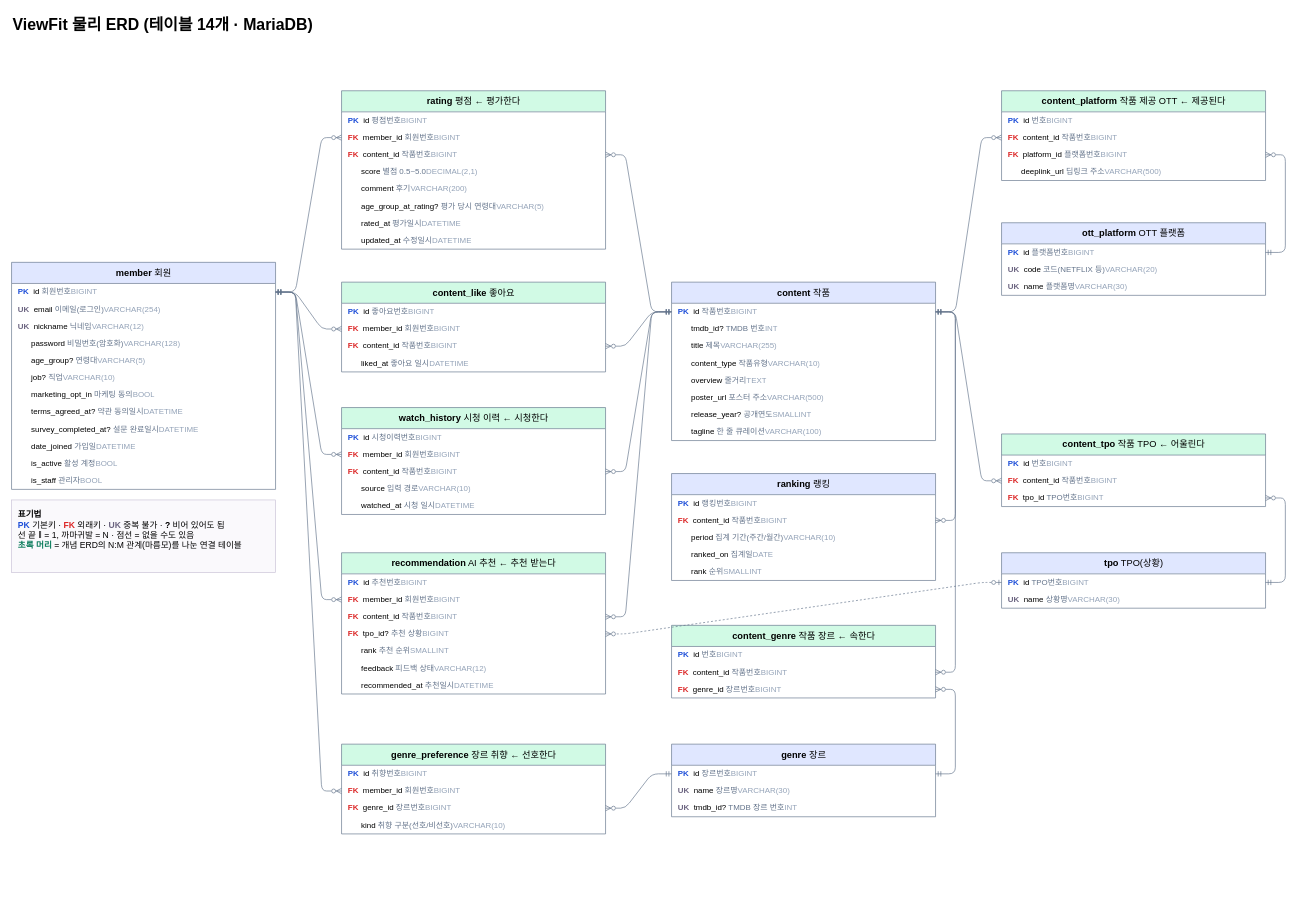
jungyojeong16-arch/team-project keeps this draw.io diagram as docs/erd/ViewFit_ERD_physical.drawio. Above is the earlier version. Source tidied: cells renumbered, new cells numbered last; positions are measured from the earlier drawing's top-left corner, leaving out a move shared by most shapes. Both pictures are drawn from the tidied source at 66%, with x=0, y=0 at pixel (11, 11).
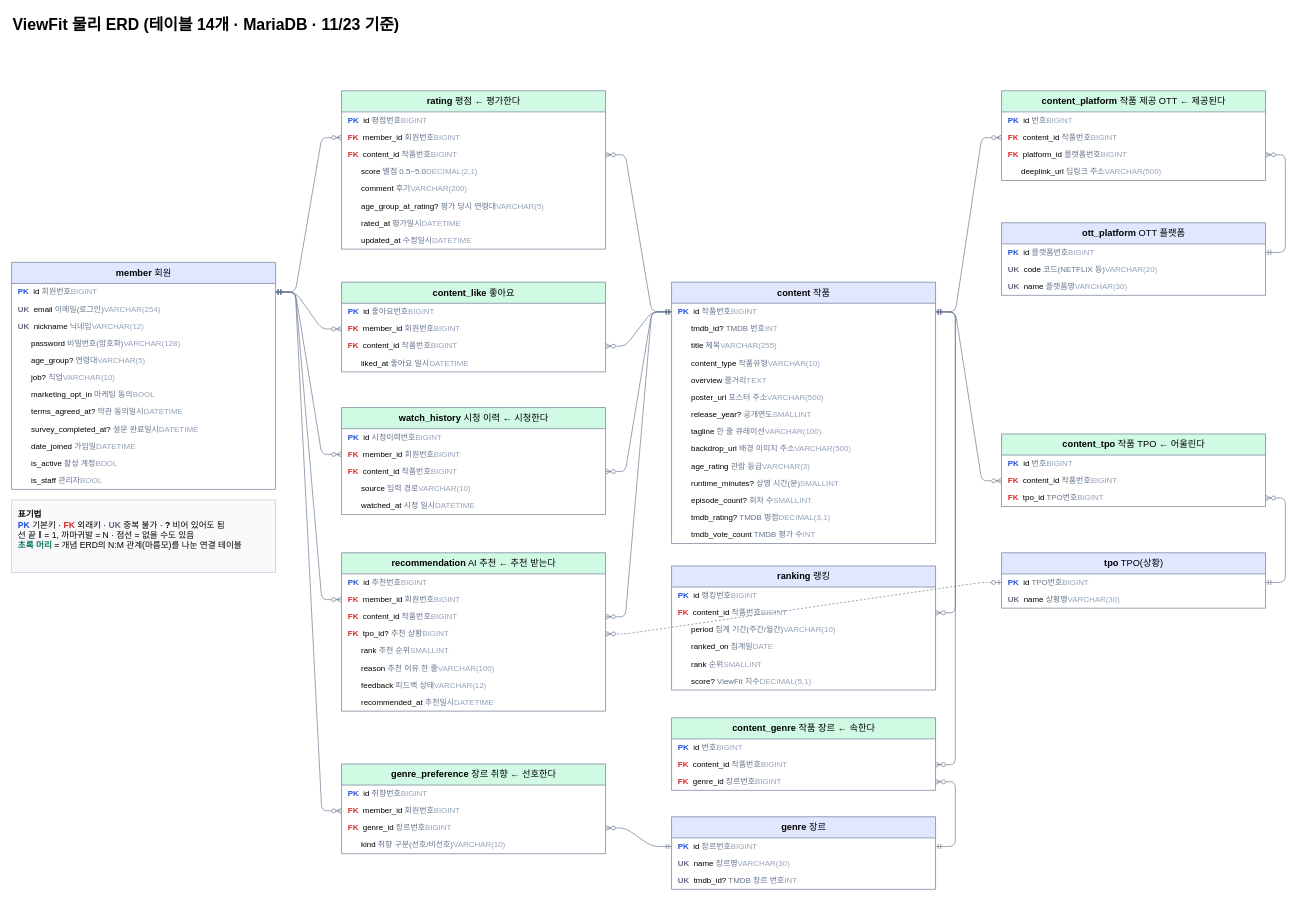
Above is the later version.

Commit message (it also covers changes not shown here):
docs(ERD): 물리 ERD 그림에 11/17 이후 칸 8개 반영, TPO 관계선 경로 수정

content 6칸(D6)·ranking.score(D7)·recommendation.reason(7-1)
요청: 정준교

Claude-Session: https://claude.ai/code/session_01AGHPrWPVMewxqzuUC2ocdc

Change to the diagram source:
```diff
@@
-    <mxCell id="2" value="ViewFit 물리 ERD (테이블 14개 · MariaDB)" style="text;html=1;fontSize=24;fontStyle=1;align=left;verticalAlign=top;" parent="1" vertex="1">
+    <mxCell id="2" value="ViewFit 물리 ERD (테이블 14개 · MariaDB · 11/23 기준)" style="text;html=1;fontSize=24;fontStyle=1;align=left;verticalAlign=top;" parent="1" vertex="1">
       <mxGeometry width="700" height="40" as="geometry" />
     </mxCell>
@@
     <mxCell id="37" value="&lt;b&gt;recommendation&lt;/b&gt;  AI 추천 ← 추천 받는다" style="swimlane;html=1;horizontal=1;startSize=32;fillColor=#D1FAE5;strokeColor=#64748B;fontSize=14;swimlaneFillColor=#FFFFFF;fontStyle=0;" parent="1" vertex="1">
-      <mxGeometry x="500" y="820" width="400" height="214" as="geometry" />
+      <mxGeometry x="500" y="820" width="400" height="240" as="geometry" />
     </mxCell>
@@
+    <mxCell id="107" value="&amp;nbsp;&amp;nbsp;&amp;nbsp;&amp;nbsp;&amp;nbsp;&amp;nbsp;reason &lt;font color='#64748B'&gt;추천 이유 한 줄&lt;/font&gt;&lt;span style='float:right'&gt;&lt;font color='#94A3B8'&gt;VARCHAR(100)&lt;/font&gt;&lt;/span&gt;" style="text;html=1;strokeColor=none;fillColor=none;align=left;verticalAlign=middle;spacingLeft=8;spacingRight=8;overflow=hidden;fontSize=12;" parent="37" vertex="1">
+      <mxGeometry y="162" width="400" height="26" as="geometry" />
+    </mxCell>
     <mxCell id="43" value="&amp;nbsp;&amp;nbsp;&amp;nbsp;&amp;nbsp;&amp;nbsp;&amp;nbsp;feedback &lt;font color='#64748B'&gt;피드백 상태&lt;/font&gt;&lt;span style='float:right'&gt;&lt;font color='#94A3B8'&gt;VARCHAR(12)&lt;/font&gt;&lt;/span&gt;" style="text;html=1;strokeColor=none;fillColor=none;align=left;verticalAlign=middle;spacingLeft=8;spacingRight=8;overflow=hidden;fontSize=12;" parent="37" vertex="1">
-      <mxGeometry y="162" width="400" height="26" as="geometry" />
+      <mxGeometry y="188" width="400" height="26" as="geometry" />
     </mxCell>
     <mxCell id="44" value="&amp;nbsp;&amp;nbsp;&amp;nbsp;&amp;nbsp;&amp;nbsp;&amp;nbsp;recommended_at &lt;font color='#64748B'&gt;추천일시&lt;/font&gt;&lt;span style='float:right'&gt;&lt;font color='#94A3B8'&gt;DATETIME&lt;/font&gt;&lt;/span&gt;" style="text;html=1;strokeColor=none;fillColor=none;align=left;verticalAlign=middle;spacingLeft=8;spacingRight=8;overflow=hidden;fontSize=12;" parent="37" vertex="1">
-      <mxGeometry y="188" width="400" height="26" as="geometry" />
+      <mxGeometry y="214" width="400" height="26" as="geometry" />
     </mxCell>
     <mxCell id="45" value="&lt;b&gt;genre_preference&lt;/b&gt;  장르 취향 ← 선호한다" style="swimlane;html=1;horizontal=1;startSize=32;fillColor=#D1FAE5;strokeColor=#64748B;fontSize=14;swimlaneFillColor=#FFFFFF;fontStyle=0;" parent="1" vertex="1">
-      <mxGeometry x="500" y="1110" width="400" height="136" as="geometry" />
+      <mxGeometry x="500" y="1140" width="400" height="136" as="geometry" />
     </mxCell>
@@
     <mxCell id="50" value="&lt;b&gt;content&lt;/b&gt;  작품" style="swimlane;html=1;horizontal=1;startSize=32;fillColor=#E0E7FF;strokeColor=#64748B;fontSize=14;swimlaneFillColor=#FFFFFF;fontStyle=0;" parent="1" vertex="1">
-      <mxGeometry x="1000" y="410" width="400" height="240" as="geometry" />
+      <mxGeometry x="1000" y="410" width="400" height="396" as="geometry" />
     </mxCell>
@@
+    <mxCell id="108" value="&amp;nbsp;&amp;nbsp;&amp;nbsp;&amp;nbsp;&amp;nbsp;&amp;nbsp;backdrop_url &lt;font color='#64748B'&gt;배경 이미지 주소&lt;/font&gt;&lt;span style='float:right'&gt;&lt;font color='#94A3B8'&gt;VARCHAR(500)&lt;/font&gt;&lt;/span&gt;" style="text;html=1;strokeColor=none;fillColor=none;align=left;verticalAlign=middle;spacingLeft=8;spacingRight=8;overflow=hidden;fontSize=12;" parent="50" vertex="1">
+      <mxGeometry y="240" width="400" height="26" as="geometry" />
+    </mxCell>
+    <mxCell id="109" value="&amp;nbsp;&amp;nbsp;&amp;nbsp;&amp;nbsp;&amp;nbsp;&amp;nbsp;age_rating &lt;font color='#64748B'&gt;관람 등급&lt;/font&gt;&lt;span style='float:right'&gt;&lt;font color='#94A3B8'&gt;VARCHAR(3)&lt;/font&gt;&lt;/span&gt;" style="text;html=1;strokeColor=none;fillColor=none;align=left;verticalAlign=middle;spacingLeft=8;spacingRight=8;overflow=hidden;fontSize=12;" parent="50" vertex="1">
+      <mxGeometry y="266" width="400" height="26" as="geometry" />
+    </mxCell>
+    <mxCell id="110" value="&amp;nbsp;&amp;nbsp;&amp;nbsp;&amp;nbsp;&amp;nbsp;&amp;nbsp;runtime_minutes? &lt;font color='#64748B'&gt;상영 시간(분)&lt;/font&gt;&lt;span style='float:right'&gt;&lt;font color='#94A3B8'&gt;SMALLINT&lt;/font&gt;&lt;/span&gt;" style="text;html=1;strokeColor=none;fillColor=none;align=left;verticalAlign=middle;spacingLeft=8;spacingRight=8;overflow=hidden;fontSize=12;" parent="50" vertex="1">
+      <mxGeometry y="292" width="400" height="26" as="geometry" />
+    </mxCell>
+    <mxCell id="111" value="&amp;nbsp;&amp;nbsp;&amp;nbsp;&amp;nbsp;&amp;nbsp;&amp;nbsp;episode_count? &lt;font color='#64748B'&gt;회차 수&lt;/font&gt;&lt;span style='float:right'&gt;&lt;font color='#94A3B8'&gt;SMALLINT&lt;/font&gt;&lt;/span&gt;" style="text;html=1;strokeColor=none;fillColor=none;align=left;verticalAlign=middle;spacingLeft=8;spacingRight=8;overflow=hidden;fontSize=12;" parent="50" vertex="1">
+      <mxGeometry y="318" width="400" height="26" as="geometry" />
+    </mxCell>
+    <mxCell id="112" value="&amp;nbsp;&amp;nbsp;&amp;nbsp;&amp;nbsp;&amp;nbsp;&amp;nbsp;tmdb_rating? &lt;font color='#64748B'&gt;TMDB 평점&lt;/font&gt;&lt;span style='float:right'&gt;&lt;font color='#94A3B8'&gt;DECIMAL(3,1)&lt;/font&gt;&lt;/span&gt;" style="text;html=1;strokeColor=none;fillColor=none;align=left;verticalAlign=middle;spacingLeft=8;spacingRight=8;overflow=hidden;fontSize=12;" parent="50" vertex="1">
+      <mxGeometry y="344" width="400" height="26" as="geometry" />
+    </mxCell>
+    <mxCell id="113" value="&amp;nbsp;&amp;nbsp;&amp;nbsp;&amp;nbsp;&amp;nbsp;&amp;nbsp;tmdb_vote_count &lt;font color='#64748B'&gt;TMDB 평가 수&lt;/font&gt;&lt;span style='float:right'&gt;&lt;font color='#94A3B8'&gt;INT&lt;/font&gt;&lt;/span&gt;" style="text;html=1;strokeColor=none;fillColor=none;align=left;verticalAlign=middle;spacingLeft=8;spacingRight=8;overflow=hidden;fontSize=12;" parent="50" vertex="1">
+      <mxGeometry y="370" width="400" height="26" as="geometry" />
+    </mxCell>
     <mxCell id="59" value="&lt;b&gt;ranking&lt;/b&gt;  랭킹" style="swimlane;html=1;horizontal=1;startSize=32;fillColor=#E0E7FF;strokeColor=#64748B;fontSize=14;swimlaneFillColor=#FFFFFF;fontStyle=0;" parent="1" vertex="1">
-      <mxGeometry x="1000" y="700" width="400" height="162" as="geometry" />
+      <mxGeometry x="1000" y="840" width="400" height="188" as="geometry" />
     </mxCell>
@@
+    <mxCell id="114" value="&amp;nbsp;&amp;nbsp;&amp;nbsp;&amp;nbsp;&amp;nbsp;&amp;nbsp;score? &lt;font color='#64748B'&gt;ViewFit 지수&lt;/font&gt;&lt;span style='float:right'&gt;&lt;font color='#94A3B8'&gt;DECIMAL(5,1)&lt;/font&gt;&lt;/span&gt;" style="text;html=1;strokeColor=none;fillColor=none;align=left;verticalAlign=middle;spacingLeft=8;spacingRight=8;overflow=hidden;fontSize=12;" parent="59" vertex="1">
+      <mxGeometry y="162" width="400" height="26" as="geometry" />
+    </mxCell>
     <mxCell id="65" value="&lt;b&gt;content_genre&lt;/b&gt;  작품 장르 ← 속한다" style="swimlane;html=1;horizontal=1;startSize=32;fillColor=#D1FAE5;strokeColor=#64748B;fontSize=14;swimlaneFillColor=#FFFFFF;fontStyle=0;" parent="1" vertex="1">
-      <mxGeometry x="1000" y="930" width="400" height="110" as="geometry" />
+      <mxGeometry x="1000" y="1070" width="400" height="110" as="geometry" />
     </mxCell>
@@
     <mxCell id="69" value="&lt;b&gt;genre&lt;/b&gt;  장르" style="swimlane;html=1;horizontal=1;startSize=32;fillColor=#E0E7FF;strokeColor=#64748B;fontSize=14;swimlaneFillColor=#FFFFFF;fontStyle=0;" parent="1" vertex="1">
-      <mxGeometry x="1000" y="1110" width="400" height="110" as="geometry" />
+      <mxGeometry x="1000" y="1220" width="400" height="110" as="geometry" />
     </mxCell>
```
